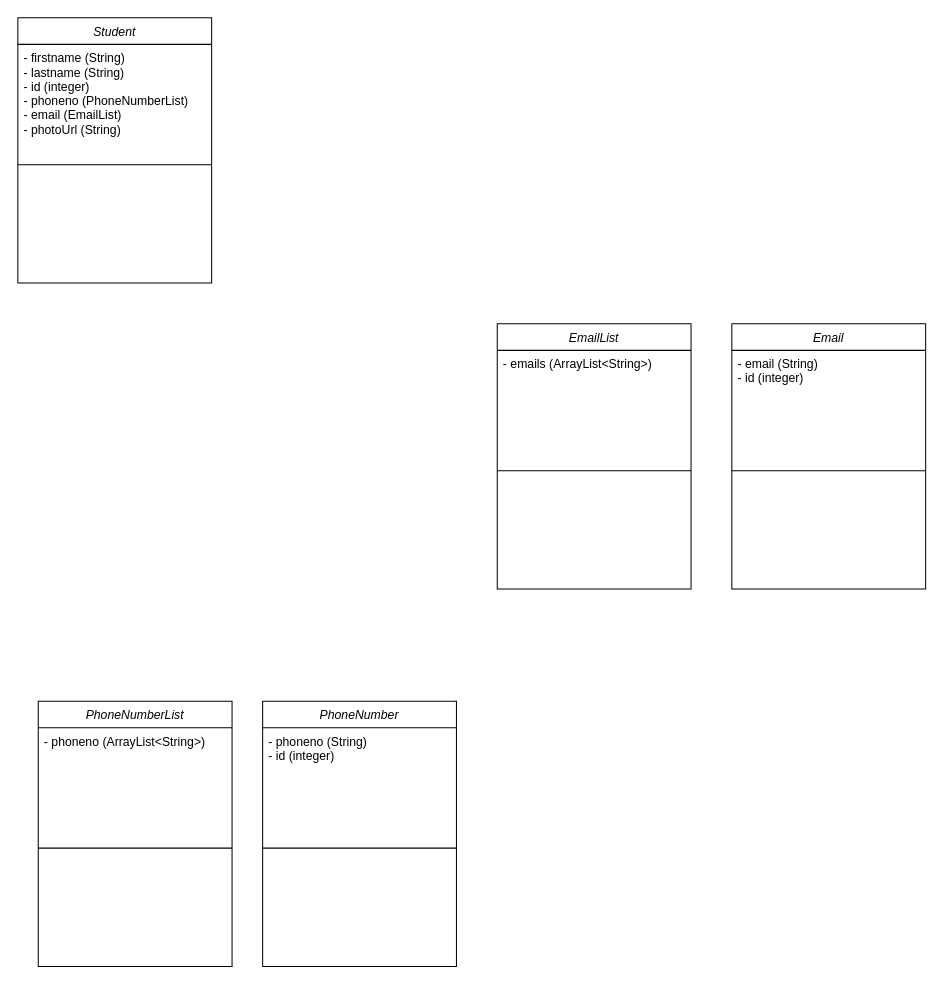
Above: Model Diagram.drawio in Calmen00-code/MathTest (draw.io), before the change. Source tidied: cells renumbered, new cells numbered last; positions are measured from the earlier drawing's top-left corner, leaving out a move shared by most shapes. Both pictures are drawn from the tidied source at 102%, with x=0, y=0 at pixel (17, 17).
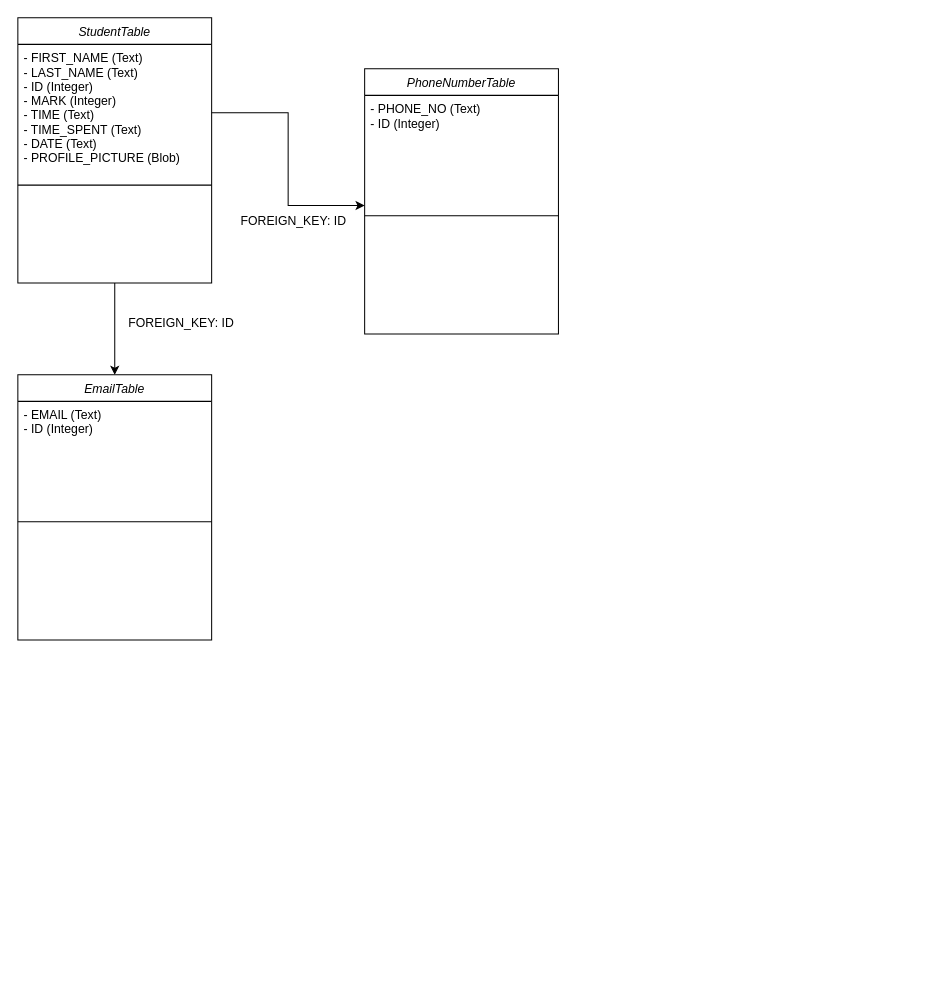
Above is the later version.

The edit, as a diff of the source:
```diff
@@
 <mxGraphModel>
   <root>
     <mxCell id="0" />
     <mxCell id="1" parent="0" />
+    <mxCell id="17" style="edgeStyle=orthogonalEdgeStyle;rounded=0;jettySize=auto;html=1;entryX=0.5;entryY=0;entryDx=0;entryDy=0;" parent="1" edge="1" source="2" target="11">
+      <mxGeometry relative="1" as="geometry" />
+    </mxCell>
-    <mxCell id="2" value="Student" style="swimlane;fontStyle=2;align=center;verticalAlign=top;horizontal=1;startSize=26;rounded=0;shadow=0;strokeWidth=1;" parent="1" vertex="1">
+    <mxCell id="2" value="StudentTable" style="swimlane;fontStyle=2;align=center;verticalAlign=top;horizontal=1;startSize=26;rounded=0;shadow=0;strokeWidth=1;" parent="1" vertex="1">
       <mxGeometry width="190" height="260" as="geometry" />
     </mxCell>
-    <mxCell id="3" value="- firstname (String)&#10;- lastname (String)&#10;- id (integer)&#10;- phoneno (PhoneNumberList)&#10;- email (EmailList)&#10;- photoUrl (String)&#10;" style="text;align=left;verticalAlign=top;spacingLeft=4;spacingRight=4;overflow=hidden;points=[[0,0.5],[1,0.5]];portConstraint=eastwest;" parent="2" vertex="1">
-      <mxGeometry y="26" width="190" height="114" as="geometry" />
+    <mxCell id="3" value="- FIRST_NAME (Text)&#10;- LAST_NAME (Text)&#10;- ID (Integer)&#10;- MARK (Integer)&#10;- TIME (Text)&#10;- TIME_SPENT (Text)&#10;- DATE (Text)&#10;- PROFILE_PICTURE (Blob)&#10;" style="text;align=left;verticalAlign=top;spacingLeft=4;spacingRight=4;overflow=hidden;points=[[0,0.5],[1,0.5]];portConstraint=eastwest;" parent="2" vertex="1">
+      <mxGeometry y="26" width="190" height="134" as="geometry" />
     </mxCell>
     <mxCell id="4" style="line;html=1;strokeWidth=1;align=left;verticalAlign=middle;spacingTop=-1;spacingLeft=3;spacingRight=3;labelPosition=right;" parent="2" vertex="1">
-      <mxGeometry y="140" width="190" height="8" as="geometry" />
+      <mxGeometry y="160" width="190" height="8" as="geometry" />
     </mxCell>
-    <mxCell id="5" value="EmailList" style="swimlane;fontStyle=2;align=center;verticalAlign=top;horizontal=1;startSize=26;rounded=0;shadow=0;strokeWidth=1;" parent="1" vertex="1">
-      <mxGeometry x="470" y="300" width="190" height="260" as="geometry" />
+    <mxCell id="5" value="PhoneNumberTable" style="swimlane;fontStyle=2;align=center;verticalAlign=top;horizontal=1;startSize=26;rounded=0;shadow=0;strokeWidth=1;" parent="1" vertex="1">
+      <mxGeometry x="340" y="50" width="190" height="260" as="geometry" />
     </mxCell>
-    <mxCell id="6" value="- emails (ArrayList&lt;String&gt;)" style="text;align=left;verticalAlign=top;spacingLeft=4;spacingRight=4;overflow=hidden;points=[[0,0.5],[1,0.5]];portConstraint=eastwest;" parent="5" vertex="1">
+    <mxCell id="6" value="- PHONE_NO (Text)&#10;- ID (Integer)" style="text;align=left;verticalAlign=top;spacingLeft=4;spacingRight=4;overflow=hidden;points=[[0,0.5],[1,0.5]];portConstraint=eastwest;" parent="5" vertex="1">
       <mxGeometry y="26" width="190" height="114" as="geometry" />
     </mxCell>
     <mxCell id="7" style="line;html=1;strokeWidth=1;align=left;verticalAlign=middle;spacingTop=-1;spacingLeft=3;spacingRight=3;labelPosition=right;" parent="5" vertex="1">
       <mxGeometry y="140" width="190" height="8" as="geometry" />
     </mxCell>
-    <mxCell id="8" value="PhoneNumberList" style="swimlane;fontStyle=2;align=center;verticalAlign=top;horizontal=1;startSize=26;rounded=0;shadow=0;strokeWidth=1;" parent="1" vertex="1">
-      <mxGeometry x="20" y="670" width="190" height="260" as="geometry" />
-    </mxCell>
-    <mxCell id="9" value="- phoneno (ArrayList&lt;String&gt;)" style="text;align=left;verticalAlign=top;spacingLeft=4;spacingRight=4;overflow=hidden;" parent="8" vertex="1">
-      <mxGeometry y="26" width="190" height="114" as="geometry" />
-    </mxCell>
-    <mxCell id="10" style="line;html=1;strokeWidth=1;align=left;verticalAlign=middle;spacingTop=-1;spacingLeft=3;spacingRight=3;labelPosition=right;" parent="8" vertex="1">
-      <mxGeometry y="140" width="190" height="8" as="geometry" />
-    </mxCell>
-    <mxCell id="11" value="Email" style="swimlane;fontStyle=2;align=center;verticalAlign=top;horizontal=1;startSize=26;rounded=0;shadow=0;strokeWidth=1;" parent="1" vertex="1">
-      <mxGeometry x="700" y="300" width="190" height="260" as="geometry" />
+    <mxCell id="11" value="EmailTable" style="swimlane;fontStyle=2;align=center;verticalAlign=top;horizontal=1;startSize=26;rounded=0;shadow=0;strokeWidth=1;" parent="1" vertex="1">
+      <mxGeometry y="350" width="190" height="260" as="geometry" />
     </mxCell>
-    <mxCell id="12" value="- email (String)&#10;- id (integer)" style="text;align=left;verticalAlign=top;spacingLeft=4;spacingRight=4;overflow=hidden;" parent="11" vertex="1">
+    <mxCell id="12" value="- EMAIL (Text)&#10;- ID (Integer)" style="text;align=left;verticalAlign=top;spacingLeft=4;spacingRight=4;overflow=hidden;" parent="11" vertex="1">
       <mxGeometry y="26" width="190" height="114" as="geometry" />
     </mxCell>
     <mxCell id="13" style="line;html=1;strokeWidth=1;align=left;verticalAlign=middle;spacingTop=-1;spacingLeft=3;spacingRight=3;labelPosition=right;" parent="11" vertex="1">
       <mxGeometry y="140" width="190" height="8" as="geometry" />
     </mxCell>
-    <mxCell id="14" value="PhoneNumber" style="swimlane;fontStyle=2;align=center;verticalAlign=top;horizontal=1;startSize=26;rounded=0;shadow=0;strokeWidth=1;" parent="1" vertex="1">
-      <mxGeometry x="240" y="670" width="190" height="260" as="geometry" />
-    </mxCell>
-    <mxCell id="15" value="- phoneno (String)&#10;- id (integer)" style="text;align=left;verticalAlign=top;spacingLeft=4;spacingRight=4;overflow=hidden;" parent="14" vertex="1">
-      <mxGeometry y="26" width="190" height="114" as="geometry" />
-    </mxCell>
-    <mxCell id="16" style="line;html=1;strokeWidth=1;align=left;verticalAlign=middle;spacingTop=-1;spacingLeft=3;spacingRight=3;labelPosition=right;" parent="14" vertex="1">
-      <mxGeometry y="140" width="190" height="8" as="geometry" />
-    </mxCell>
+    <mxCell id="18" style="edgeStyle=orthogonalEdgeStyle;rounded=0;jettySize=auto;html=1;entryX=0;entryY=0.947;entryDx=0;entryDy=0;entryPerimeter=0;" parent="1" edge="1" source="3" target="6">
+      <mxGeometry relative="1" as="geometry" />
+    </mxCell>
+    <mxCell id="19" value="FOREIGN_KEY: ID" style="text;html=1;align=center;verticalAlign=middle;strokeColor=none;fillColor=none;" parent="1" vertex="1">
+      <mxGeometry x="210" y="190" width="120" height="20" as="geometry" />
+    </mxCell>
+    <mxCell id="20" value="FOREIGN_KEY: ID" style="text;html=1;align=center;verticalAlign=middle;strokeColor=none;fillColor=none;" parent="1" vertex="1">
+      <mxGeometry x="100" y="290" width="120" height="20" as="geometry" />
+    </mxCell>
   </root>
 </mxGraphModel>
```
